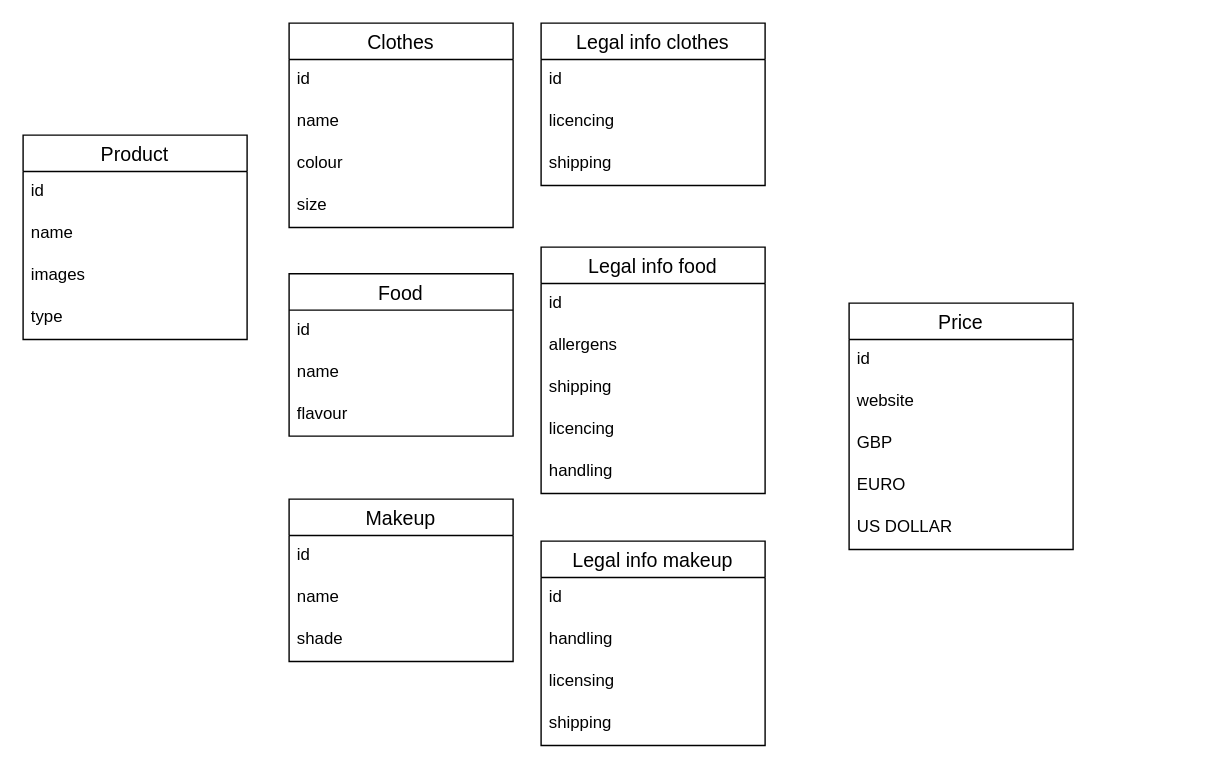
This is THGproducts.drawio from CcCcCcCc44/git-demo, a draw.io file, before an edit. Source tidied: cells renumbered, new cells numbered last; positions are measured from the earlier drawing's top-left corner, leaving out a move shared by most shapes. Both pictures are drawn from the tidied source at 140%, with x=0, y=0 at pixel (22, 22).
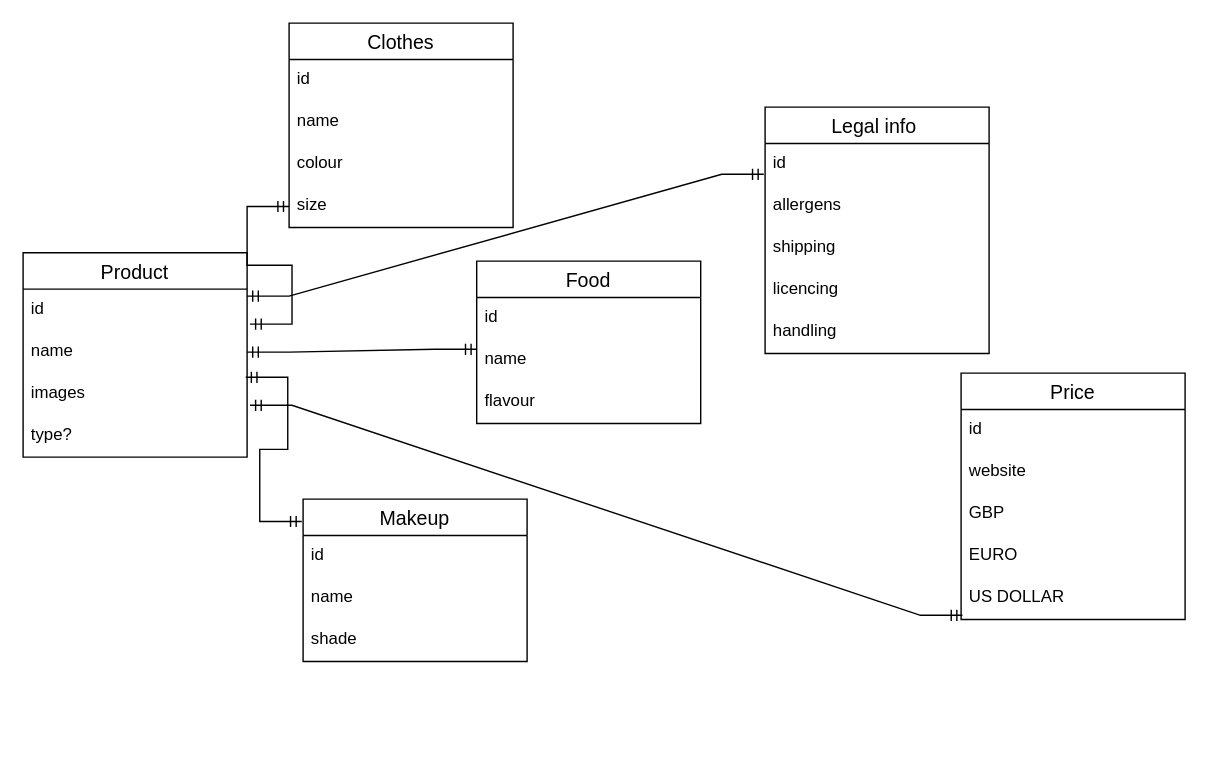
The same diagram, later.

The change refers to these unchanged cells:
```xml
<mxCell id="3" value="id" style="text;strokeColor=none;fillColor=none;spacingLeft=4;spacingRight=4;overflow=hidden;points=[[0,0.5],[1,0.5]];portConstraint=eastwest;fontSize=12;" parent="2" vertex="1">
  <mxGeometry y="26" width="160" height="30" as="geometry" />
</mxCell>
<mxCell id="4" value="name" style="text;strokeColor=none;fillColor=none;spacingLeft=4;spacingRight=4;overflow=hidden;points=[[0,0.5],[1,0.5]];portConstraint=eastwest;fontSize=12;" parent="2" vertex="1">
  <mxGeometry y="56" width="160" height="30" as="geometry" />
</mxCell>
<mxCell id="5" value="images" style="text;strokeColor=none;fillColor=none;spacingLeft=4;spacingRight=4;overflow=hidden;points=[[0,0.5],[1,0.5]];portConstraint=eastwest;fontSize=12;" parent="2" vertex="1">
  <mxGeometry y="86" width="160" height="30" as="geometry" />
</mxCell>
<mxCell id="11" value="size" style="text;strokeColor=none;fillColor=none;spacingLeft=4;spacingRight=4;overflow=hidden;points=[[0,0.5],[1,0.5]];portConstraint=eastwest;fontSize=12;" parent="7" vertex="1">
  <mxGeometry y="116" width="160" height="30" as="geometry" />
</mxCell>
<mxCell id="14" value="name" style="text;strokeColor=none;fillColor=none;spacingLeft=4;spacingRight=4;overflow=hidden;points=[[0,0.5],[1,0.5]];portConstraint=eastwest;fontSize=12;" parent="12" vertex="1">
  <mxGeometry y="56" width="160" height="30" as="geometry" />
</mxCell>
<mxCell id="21" value="id" style="text;strokeColor=none;fillColor=none;spacingLeft=4;spacingRight=4;overflow=hidden;points=[[0,0.5],[1,0.5]];portConstraint=eastwest;fontSize=12;" parent="20" vertex="1">
  <mxGeometry y="26" width="160" height="30" as="geometry" />
</mxCell>
<mxCell id="40" value="US DOLLAR" style="text;strokeColor=none;fillColor=none;spacingLeft=4;spacingRight=4;overflow=hidden;points=[[0,0.5],[1,0.5]];portConstraint=eastwest;fontSize=12;" parent="35" vertex="1">
  <mxGeometry y="146" width="160" height="30" as="geometry" />
</mxCell>
```

The edit, as a diff of the source:
```diff
@@
     <mxCell id="2" value="Product" style="swimlane;fontStyle=0;horizontal=1;startSize=26;align=center;fontSize=14;" parent="1" vertex="1">
-      <mxGeometry y="80" width="160" height="146" as="geometry" />
+      <mxGeometry y="164" width="160" height="146" as="geometry" />
     </mxCell>
@@
-    <mxCell id="6" value="type" style="text;strokeColor=none;fillColor=none;spacingLeft=4;spacingRight=4;overflow=hidden;fontSize=12;" parent="2" vertex="1">
+    <mxCell id="6" value="type?" style="text;strokeColor=none;fillColor=none;spacingLeft=4;spacingRight=4;overflow=hidden;fontSize=12;" parent="2" vertex="1">
       <mxGeometry y="116" width="160" height="30" as="geometry" />
     </mxCell>
@@
     <mxCell id="12" value="Food" style="swimlane;fontStyle=0;horizontal=1;startSize=26;align=center;fontSize=14;" parent="1" vertex="1">
-      <mxGeometry x="190" y="179" width="160" height="116" as="geometry" />
+      <mxGeometry x="324" y="170" width="160" height="116" as="geometry" />
     </mxCell>
@@
     <mxCell id="16" value="Makeup" style="swimlane;fontStyle=0;horizontal=1;startSize=26;align=center;fontSize=14;" parent="1" vertex="1">
-      <mxGeometry x="190" y="340" width="160" height="116" as="geometry" />
+      <mxGeometry x="200" y="340" width="160" height="116" as="geometry" />
     </mxCell>
@@
-    <mxCell id="20" value="Legal info food" style="swimlane;fontStyle=0;horizontal=1;startSize=26;align=center;fontSize=14;" parent="1" vertex="1">
-      <mxGeometry x="370" y="160" width="160" height="176" as="geometry" />
+    <mxCell id="20" value="Legal info " style="swimlane;fontStyle=0;horizontal=1;startSize=26;align=center;fontSize=14;" parent="1" vertex="1">
+      <mxGeometry x="530" y="60" width="160" height="176" as="geometry" />
     </mxCell>
@@
-    <mxCell id="26" value="Legal info clothes" style="swimlane;fontStyle=0;horizontal=1;startSize=26;align=center;fontSize=14;" parent="1" vertex="1">
-      <mxGeometry x="370" width="160" height="116" as="geometry" />
-    </mxCell>
-    <mxCell id="27" value="id" style="text;strokeColor=none;fillColor=none;spacingLeft=4;spacingRight=4;overflow=hidden;fontSize=12;" parent="26" vertex="1">
-      <mxGeometry y="26" width="160" height="30" as="geometry" />
-    </mxCell>
-    <mxCell id="28" value="licencing" style="text;strokeColor=none;fillColor=none;spacingLeft=4;spacingRight=4;overflow=hidden;fontSize=12;" parent="26" vertex="1">
-      <mxGeometry y="56" width="160" height="30" as="geometry" />
-    </mxCell>
-    <mxCell id="29" value="shipping" style="text;strokeColor=none;fillColor=none;spacingLeft=4;spacingRight=4;overflow=hidden;fontSize=12;" parent="26" vertex="1">
-      <mxGeometry y="86" width="160" height="30" as="geometry" />
-    </mxCell>
-    <mxCell id="30" value="Legal info makeup" style="swimlane;fontStyle=0;horizontal=1;startSize=26;align=center;fontSize=14;" parent="1" vertex="1">
-      <mxGeometry x="370" y="370" width="160" height="146" as="geometry" />
-    </mxCell>
-    <mxCell id="31" value="id" style="text;strokeColor=none;fillColor=none;spacingLeft=4;spacingRight=4;overflow=hidden;fontSize=12;" parent="30" vertex="1">
-      <mxGeometry y="26" width="160" height="30" as="geometry" />
-    </mxCell>
-    <mxCell id="32" value="handling" style="text;strokeColor=none;fillColor=none;spacingLeft=4;spacingRight=4;overflow=hidden;fontSize=12;" parent="30" vertex="1">
-      <mxGeometry y="56" width="160" height="30" as="geometry" />
-    </mxCell>
-    <mxCell id="33" value="licensing" style="text;strokeColor=none;fillColor=none;spacingLeft=4;spacingRight=4;overflow=hidden;fontSize=12;" parent="30" vertex="1">
-      <mxGeometry y="86" width="160" height="30" as="geometry" />
-    </mxCell>
-    <mxCell id="34" value="shipping" style="text;strokeColor=none;fillColor=none;spacingLeft=4;spacingRight=4;overflow=hidden;fontSize=12;" parent="30" vertex="1">
-      <mxGeometry y="116" width="160" height="30" as="geometry" />
-    </mxCell>
     <mxCell id="35" value="Price" style="swimlane;fontStyle=0;horizontal=1;startSize=26;align=center;fontSize=14;" parent="1" vertex="1">
-      <mxGeometry x="590" y="200" width="160" height="176" as="geometry" />
+      <mxGeometry x="670" y="250" width="160" height="176" as="geometry" />
     </mxCell>
@@
+    <mxCell id="41" style="edgeStyle=entityRelationEdgeStyle;fontSize=12;html=1;endArrow=ERmandOne;startArrow=ERmandOne;rounded=0;entryX=0;entryY=0.5;entryDx=0;entryDy=0;exitX=1.013;exitY=0.833;exitDx=0;exitDy=0;exitPerimeter=0;" parent="1" edge="1" source="3" target="11">
+      <mxGeometry relative="1" as="geometry" />
+    </mxCell>
+    <mxCell id="42" style="edgeStyle=entityRelationEdgeStyle;fontSize=12;html=1;endArrow=ERmandOne;startArrow=ERmandOne;rounded=0;entryX=0;entryY=0.233;entryDx=0;entryDy=0;entryPerimeter=0;exitX=1;exitY=0.5;exitDx=0;exitDy=0;" parent="1" edge="1" source="4" target="14">
+      <mxGeometry relative="1" as="geometry" />
+    </mxCell>
+    <mxCell id="43" style="edgeStyle=entityRelationEdgeStyle;fontSize=12;html=1;endArrow=ERmandOne;startArrow=ERmandOne;rounded=0;entryX=-0.006;entryY=0.138;entryDx=0;entryDy=0;exitX=0.994;exitY=0.1;exitDx=0;exitDy=0;exitPerimeter=0;entryPerimeter=0;" parent="1" edge="1" source="5" target="16">
+      <mxGeometry relative="1" as="geometry" />
+    </mxCell>
+    <mxCell id="44" style="edgeStyle=entityRelationEdgeStyle;fontSize=12;html=1;endArrow=ERmandOne;startArrow=ERmandOne;rounded=0;entryX=0.006;entryY=0.9;entryDx=0;entryDy=0;entryPerimeter=0;exitX=1.013;exitY=0.767;exitDx=0;exitDy=0;exitPerimeter=0;" parent="1" edge="1" source="5" target="40">
+      <mxGeometry relative="1" as="geometry" />
+    </mxCell>
+    <mxCell id="45" style="edgeStyle=entityRelationEdgeStyle;fontSize=12;html=1;endArrow=ERmandOne;startArrow=ERmandOne;rounded=0;entryX=-0.006;entryY=0.733;entryDx=0;entryDy=0;entryPerimeter=0;exitX=1.006;exitY=0.233;exitDx=0;exitDy=0;exitPerimeter=0;" parent="1" edge="1" target="21">
+      <mxGeometry relative="1" as="geometry">
+        <mxPoint x="160" y="195" as="sourcePoint" />
+      </mxGeometry>
+    </mxCell>
```
